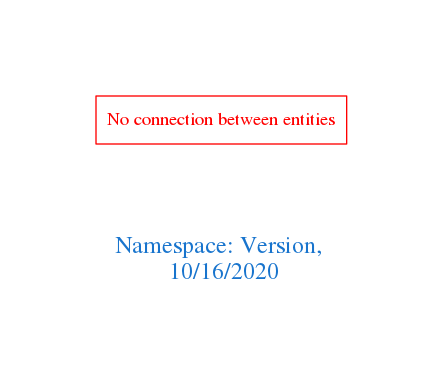
Before: downloads/Version.png, a diagram exported from Graphviz (arago/OGIT). Its source is kept beside it as downloads/Version.dot.
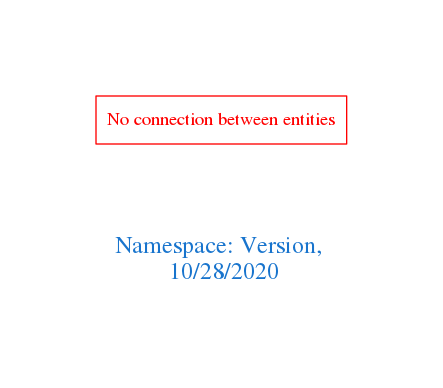
The same file after the commit.

What changed in the source:
```diff
@@ -1,7 +1,7 @@
 digraph OGIT_ontology {
  graph [ rankdir= LR,pad=1
 fontsize = 18,
-fontcolor= dodgerblue3,label = "\n\n\nNamespace: Version, \n 10/16/2020"];
+fontcolor= dodgerblue3,label = "\n\n\nNamespace: Version, \n 10/28/2020"];
 node[shape=polygon];
 edge [  color="gray81"];
 
```
